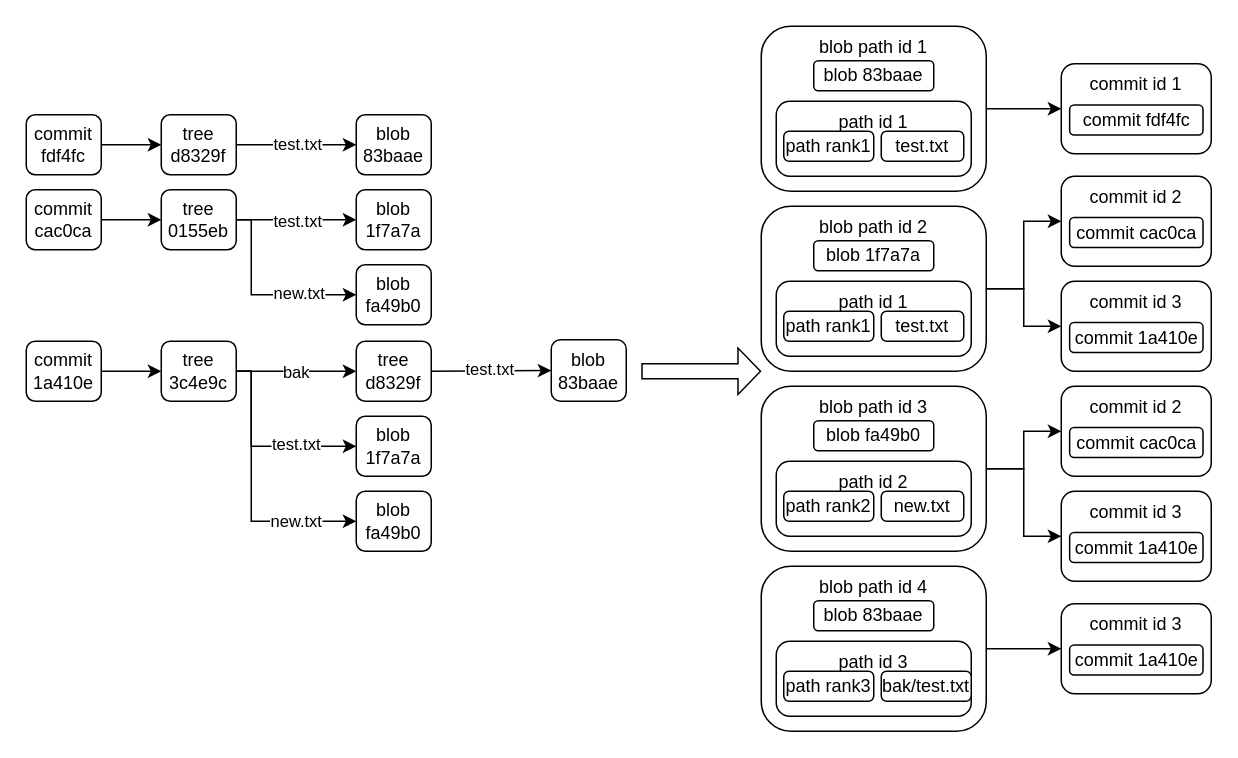
The draw.io diagram git-inverse.drawio in npc1054657282/diagram, before the edit. Source tidied: cells renumbered, new cells numbered last; positions are measured from the earlier drawing's top-left corner, leaving out a move shared by most shapes. Both pictures are drawn from the tidied source at 150%, with x=0, y=0 at pixel (26, 26).
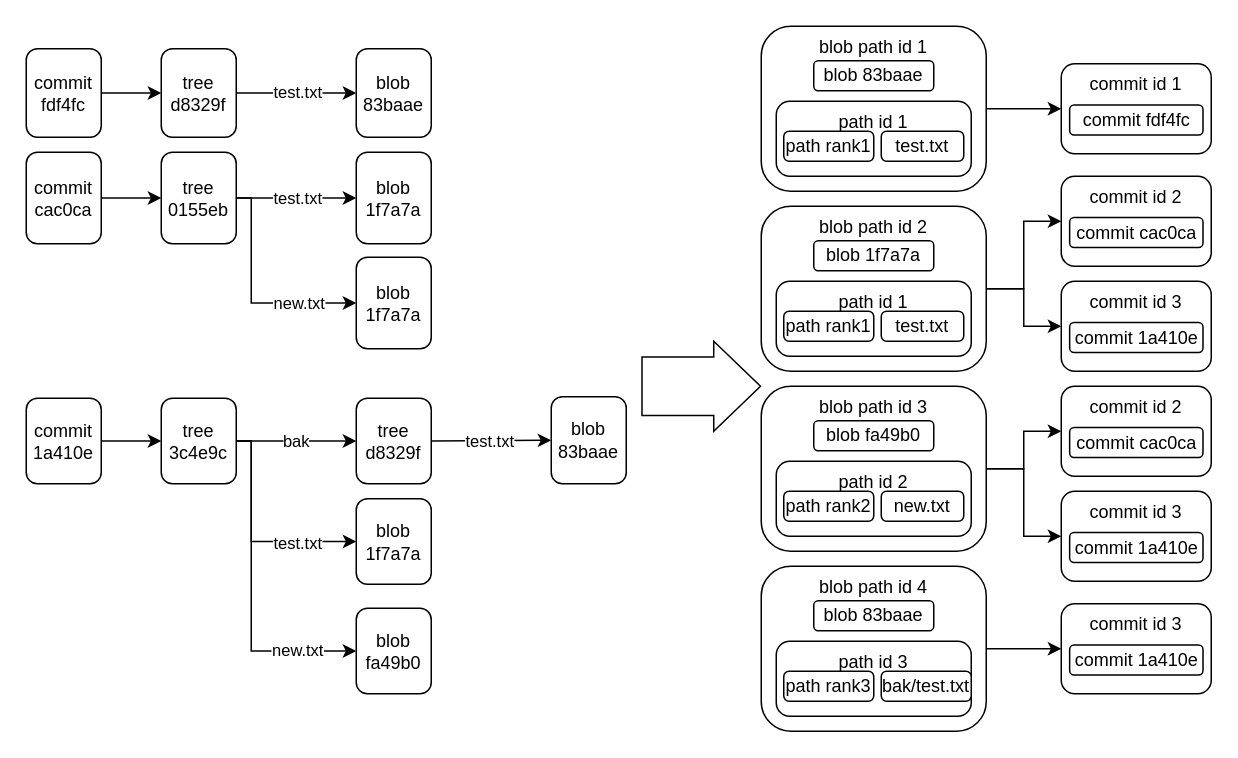
The same diagram, later.

The change refers to these unchanged cells:
```xml
<mxCell id="26" style="endArrow=classic;html=1;rounded=0;exitX=1;exitY=0.5;exitDx=0;exitDy=0;entryX=0;entryY=0.5;entryDx=0;entryDy=0;" parent="1" edge="1" source="25" target="31">
  <mxGeometry relative="1" as="geometry" />
</mxCell>
```

Change to the diagram source:
```diff
@@
     <mxCell id="3" value="commit&lt;div&gt;fdf4fc&lt;/div&gt;" style="rounded=1;whiteSpace=wrap;html=1;" parent="1" vertex="1">
-      <mxGeometry y="59" width="50" height="40" as="geometry" />
+      <mxGeometry y="15" width="50" height="59" as="geometry" />
     </mxCell>
     <mxCell id="4" value="&lt;div&gt;tree&lt;/div&gt;&lt;div&gt;d8329f&lt;/div&gt;" style="rounded=1;whiteSpace=wrap;html=1;" parent="1" vertex="1">
-      <mxGeometry x="90" y="59" width="50" height="40" as="geometry" />
+      <mxGeometry x="90" y="15" width="50" height="59" as="geometry" />
     </mxCell>
@@
     <mxCell id="7" value="blob&lt;div&gt;83baae&lt;/div&gt;" style="rounded=1;whiteSpace=wrap;html=1;" parent="1" vertex="1">
-      <mxGeometry x="220" y="59" width="50" height="40" as="geometry" />
+      <mxGeometry x="220" y="15" width="50" height="59" as="geometry" />
     </mxCell>
@@
     <mxCell id="9" value="commit&lt;div&gt;cac0ca&lt;/div&gt;" style="rounded=1;whiteSpace=wrap;html=1;" parent="1" vertex="1">
-      <mxGeometry y="109" width="50" height="40" as="geometry" />
+      <mxGeometry y="84" width="50" height="61" as="geometry" />
     </mxCell>
-    <mxCell id="10" style="edgeStyle=orthogonalEdgeStyle;rounded=0;jettySize=auto;html=1;exitX=1;exitY=0.5;exitDx=0;exitDy=0;entryX=0;entryY=0.5;entryDx=0;entryDy=0;" parent="1" edge="1" source="12" target="15">
-      <mxGeometry relative="1" as="geometry">
-        <Array as="points">
-          <mxPoint x="150" y="129" />
-          <mxPoint x="150" y="179" />
-        </Array>
-      </mxGeometry>
-    </mxCell>
-    <mxCell id="11" value="new.txt" style="edgeLabel;html=1;align=center;verticalAlign=middle;" parent="10" vertex="1">
-      <mxGeometry x="0.32" y="1" relative="1" as="geometry">
-        <mxPoint x="5" y="-1" as="offset" />
-      </mxGeometry>
-    </mxCell>
+    <mxCell id="81" style="edgeStyle=orthogonalEdgeStyle;rounded=0;jettySize=auto;html=1;exitX=1;exitY=0.5;exitDx=0;exitDy=0;entryX=0;entryY=0.5;entryDx=0;entryDy=0;" parent="1" edge="1" source="12" target="84">
+      <mxGeometry relative="1" as="geometry">
+        <Array as="points">
+          <mxPoint x="150" y="115" />
+          <mxPoint x="150" y="185" />
+        </Array>
+      </mxGeometry>
+    </mxCell>
+    <mxCell id="82" value="new.txt" style="edgeLabel;html=1;align=center;verticalAlign=middle;" parent="81" vertex="1">
+      <mxGeometry x="0.45" y="1" relative="1" as="geometry">
+        <mxPoint x="2" y="1" as="offset" />
+      </mxGeometry>
+    </mxCell>
     <mxCell id="12" value="&lt;div&gt;tree&lt;/div&gt;&lt;div&gt;0155eb&lt;/div&gt;" style="rounded=1;whiteSpace=wrap;html=1;" parent="1" vertex="1">
-      <mxGeometry x="90" y="109" width="50" height="40" as="geometry" />
+      <mxGeometry x="90" y="84" width="50" height="61" as="geometry" />
     </mxCell>
@@
-    <mxCell id="15" value="blob&lt;div&gt;fa49b0&lt;/div&gt;" style="rounded=1;whiteSpace=wrap;html=1;" parent="1" vertex="1">
-      <mxGeometry x="220" y="159" width="50" height="40" as="geometry" />
-    </mxCell>
@@
     <mxCell id="18" style="edgeStyle=orthogonalEdgeStyle;rounded=0;jettySize=auto;html=1;exitX=1;exitY=0.5;exitDx=0;exitDy=0;entryX=0;entryY=0.5;entryDx=0;entryDy=0;" parent="1" edge="1" source="22" target="23">
       <mxGeometry relative="1" as="geometry">
         <Array as="points">
-          <mxPoint x="150" y="230" />
-          <mxPoint x="150" y="280" />
+          <mxPoint x="150" y="277" />
+          <mxPoint x="150" y="344" />
         </Array>
       </mxGeometry>
     </mxCell>
     <mxCell id="19" value="test.txt" style="edgeLabel;html=1;align=center;verticalAlign=middle;" parent="18" vertex="1">
-      <mxGeometry x="0.51" y="2" relative="1" as="geometry">
-        <mxPoint x="-9" as="offset" />
+      <mxGeometry x="0.36" y="-2" relative="1" as="geometry">
+        <mxPoint x="7" y="-1" as="offset" />
       </mxGeometry>
     </mxCell>
     <mxCell id="20" style="edgeStyle=orthogonalEdgeStyle;rounded=0;jettySize=auto;html=1;exitX=1;exitY=0.5;exitDx=0;exitDy=0;entryX=0;entryY=0.5;entryDx=0;entryDy=0;" parent="1" edge="1" source="22" target="24">
       <mxGeometry relative="1" as="geometry">
         <Array as="points">
-          <mxPoint x="150" y="230" />
-          <mxPoint x="150" y="330" />
+          <mxPoint x="150" y="277" />
+          <mxPoint x="150" y="417" />
         </Array>
       </mxGeometry>
     </mxCell>
-    <mxCell id="21" value="new.txt" style="edgeLabel;html=1;align=center;verticalAlign=middle;" parent="20" vertex="1">
-      <mxGeometry x="0.65" relative="1" as="geometry">
-        <mxPoint x="-10" y="-1" as="offset" />
-      </mxGeometry>
-    </mxCell>
+    <mxCell id="83" value="new.txt" style="edgeLabel;html=1;align=center;verticalAlign=middle;" parent="20" vertex="1">
+      <mxGeometry x="0.58" relative="1" as="geometry">
+        <mxPoint x="6" y="-1" as="offset" />
+      </mxGeometry>
+    </mxCell>
     <mxCell id="22" value="&lt;div&gt;tree&lt;/div&gt;&lt;div&gt;3c4e9c&lt;/div&gt;" style="rounded=1;whiteSpace=wrap;html=1;" parent="1" vertex="1">
-      <mxGeometry x="90" y="210" width="50" height="40" as="geometry" />
+      <mxGeometry x="90" y="248" width="50" height="57" as="geometry" />
     </mxCell>
     <mxCell id="23" value="blob&lt;div&gt;1f7a7a&lt;/div&gt;" style="rounded=1;whiteSpace=wrap;html=1;" parent="1" vertex="1">
-      <mxGeometry x="220" y="260" width="50" height="40" as="geometry" />
+      <mxGeometry x="220" y="315" width="50" height="57" as="geometry" />
     </mxCell>
     <mxCell id="24" value="blob&lt;div&gt;fa49b0&lt;/div&gt;" style="rounded=1;whiteSpace=wrap;html=1;" parent="1" vertex="1">
-      <mxGeometry x="220" y="310" width="50" height="40" as="geometry" />
+      <mxGeometry x="220" y="388" width="50" height="57" as="geometry" />
     </mxCell>
     <mxCell id="25" value="&lt;div&gt;tree&lt;/div&gt;&lt;div&gt;d8329f&lt;/div&gt;" style="rounded=1;whiteSpace=wrap;html=1;" parent="1" vertex="1">
-      <mxGeometry x="220" y="210" width="50" height="40" as="geometry" />
+      <mxGeometry x="220" y="248" width="50" height="57" as="geometry" />
     </mxCell>
@@
     <mxCell id="27" value="test.txt" style="edgeLabel;html=1;align=center;verticalAlign=middle;" parent="26" vertex="1">
-      <mxGeometry x="-0.03" y="1" relative="1" as="geometry" />
+      <mxGeometry x="-0.03" y="1" relative="1" as="geometry">
+        <mxPoint y="1" as="offset" />
+      </mxGeometry>
     </mxCell>
     <mxCell id="28" value="blob&lt;div&gt;1f7a7a&lt;/div&gt;" style="rounded=1;whiteSpace=wrap;html=1;" parent="1" vertex="1">
-      <mxGeometry x="220" y="109" width="50" height="40" as="geometry" />
+      <mxGeometry x="220" y="84" width="50" height="61" as="geometry" />
     </mxCell>
@@
     <mxCell id="30" value="commit&lt;div&gt;1a410e&lt;/div&gt;" style="rounded=1;whiteSpace=wrap;html=1;" parent="1" vertex="1">
-      <mxGeometry y="210" width="50" height="40" as="geometry" />
+      <mxGeometry y="248" width="50" height="57" as="geometry" />
     </mxCell>
     <mxCell id="31" value="blob&lt;div&gt;83baae&lt;/div&gt;" style="rounded=1;whiteSpace=wrap;html=1;" parent="1" vertex="1">
-      <mxGeometry x="350" y="209" width="50" height="41" as="geometry" />
+      <mxGeometry x="350" y="247" width="50" height="58" as="geometry" />
     </mxCell>
@@
-    <mxCell id="80" style="shape=flexArrow;endArrow=classic;html=1;rounded=0;exitX=1;exitY=1;exitDx=0;exitDy=0;width=10;endSize=4.67;" parent="1" edge="1">
+    <mxCell id="80" style="shape=flexArrow;endArrow=classic;html=1;rounded=0;width=39;endSize=10.06;" parent="1" edge="1">
       <mxGeometry relative="1" as="geometry">
-        <mxPoint x="410" y="230" as="sourcePoint" />
-        <mxPoint x="490" y="230" as="targetPoint" />
+        <mxPoint x="410" y="240" as="sourcePoint" />
+        <mxPoint x="490" y="240" as="targetPoint" />
       </mxGeometry>
     </mxCell>
+    <mxCell id="84" value="blob&lt;div&gt;1f7a7a&lt;/div&gt;" style="rounded=1;whiteSpace=wrap;html=1;" parent="1" vertex="1">
+      <mxGeometry x="220" y="154" width="50" height="61" as="geometry" />
+    </mxCell>
```
